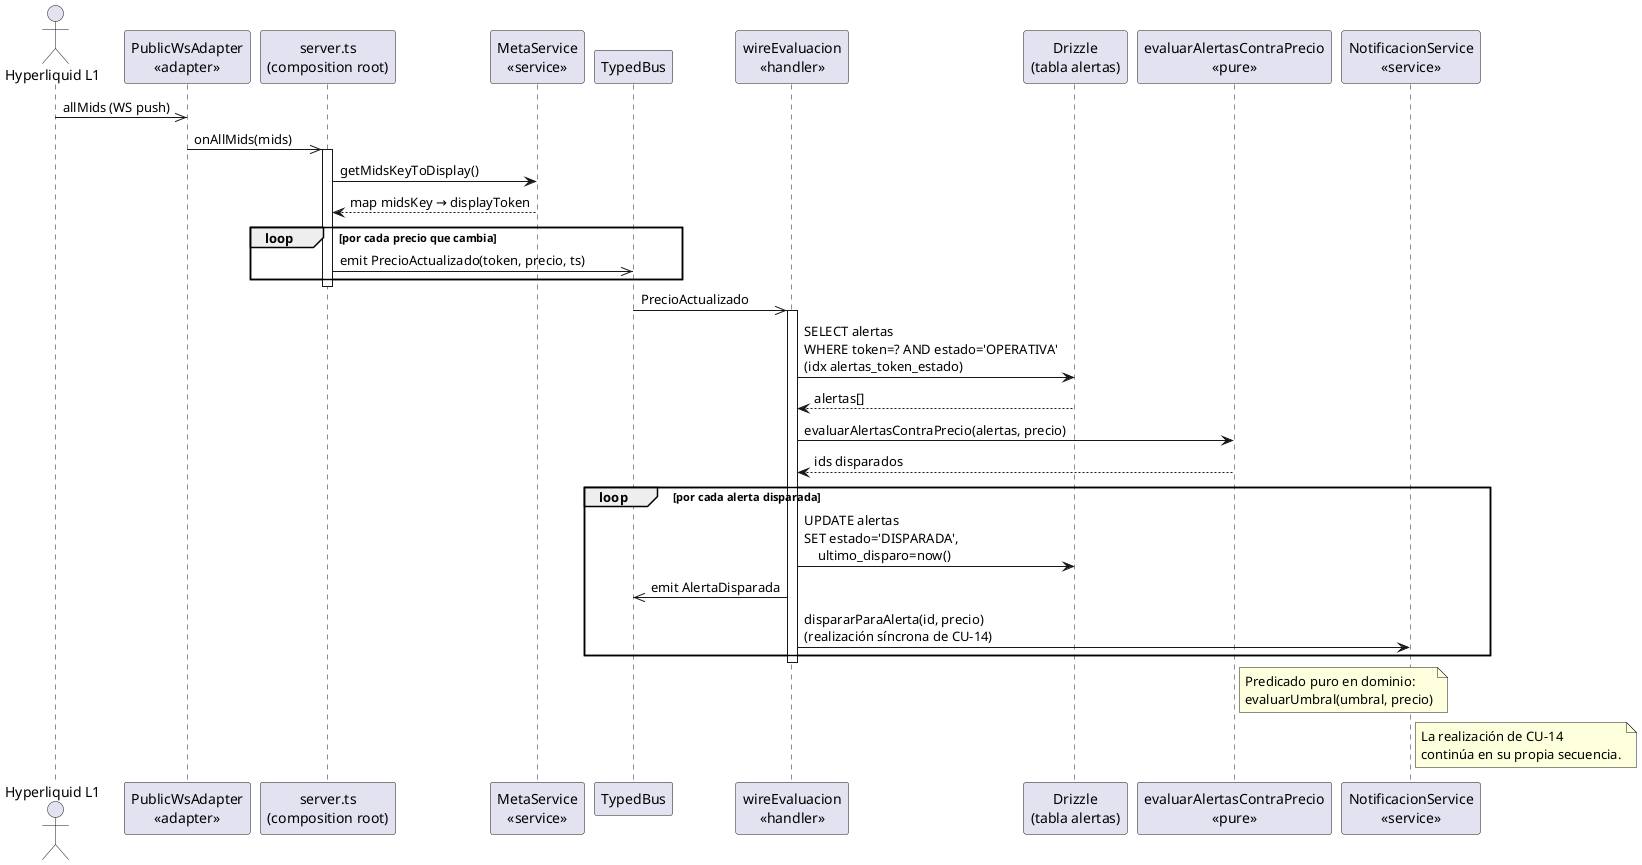
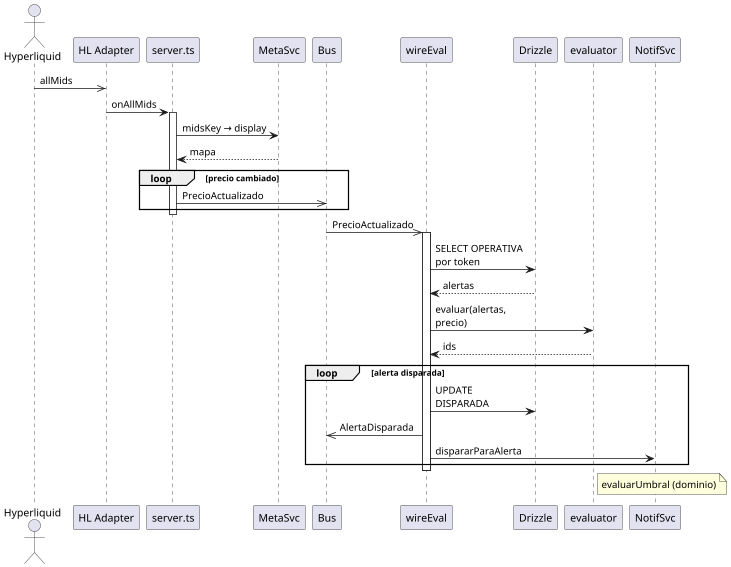
@startuml
+ scale 0.75
skinparam shadowing false
+ skinparam maxMessageSize 120

- actor "Hyperliquid L1" as HL
- participant "PublicWsAdapter\n<<adapter>>" as HLC
- participant "server.ts\n(composition root)" as ROOT
- participant "MetaService\n<<service>>" as META
- participant "TypedBus" as BUS
- participant "wireEvaluacion\n<<handler>>" as EV
- participant "Drizzle\n(tabla alertas)" as DB
- participant "evaluarAlertasContraPrecio\n<<pure>>" as PRED
- participant "NotificacionService\n<<service>>" as NS
+ actor Hyperliquid as HL
+ participant "HL Adapter" as HLC
+ participant "server.ts" as ROOT
+ participant "MetaSvc" as META
+ participant "Bus" as BUS
+ participant "wireEval" as EV
+ participant "Drizzle" as DB
+ participant "evaluator" as PRED
+ participant "NotifSvc" as NS

- HL ->> HLC : allMids (WS push)
- HLC ->> ROOT : onAllMids(mids)
- 
+ HL ->> HLC : allMids
+ HLC -> ROOT : onAllMids
activate ROOT
- ROOT -> META : getMidsKeyToDisplay()
- META --> ROOT : map midsKey → displayToken
- loop por cada precio que cambia
-     ROOT ->> BUS : emit PrecioActualizado(token, precio, ts)
+ ROOT -> META : midsKey → display
+ META --> ROOT : mapa
+ loop precio cambiado
+     ROOT ->> BUS : PrecioActualizado
end
deactivate ROOT

BUS ->> EV : PrecioActualizado
activate EV
- 
- EV -> DB : SELECT alertas\nWHERE token=? AND estado='OPERATIVA'\n(idx alertas_token_estado)
- DB --> EV : alertas[]
- 
- EV -> PRED : evaluarAlertasContraPrecio(alertas, precio)
- PRED --> EV : ids disparados
- 
- loop por cada alerta disparada
-     EV -> DB : UPDATE alertas\nSET estado='DISPARADA',\n    ultimo_disparo=now()
-     EV ->> BUS : emit AlertaDisparada
-     EV -> NS : dispararParaAlerta(id, precio)\n(realización síncrona de CU-14)
+ EV -> DB : SELECT OPERATIVA por token
+ DB --> EV : alertas
+ EV -> PRED : evaluar(alertas, precio)
+ PRED --> EV : ids
+ loop alerta disparada
+     EV -> DB : UPDATE DISPARADA
+     EV ->> BUS : AlertaDisparada
+     EV -> NS : dispararParaAlerta
end
- 
deactivate EV

note right of PRED
-   Predicado puro en dominio:
-   evaluarUmbral(umbral, precio)
- end note
- 
- note right of NS
-   La realización de CU-14
-   continúa en su propia secuencia.
+   evaluarUmbral (dominio)
end note

@enduml
